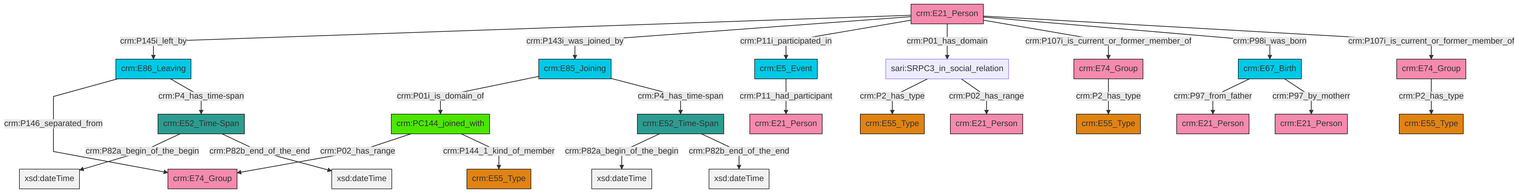
This is et/personCSV/ttl/mmd/png/Person_Actor_Relations.png from swiss-art-research-net/reference-data-models, a Mermaid export, as it was before one commit. Its source is kept beside it as et/personCSV/ttl/mmd/Person_Actor_Relations.ttl.mmd.
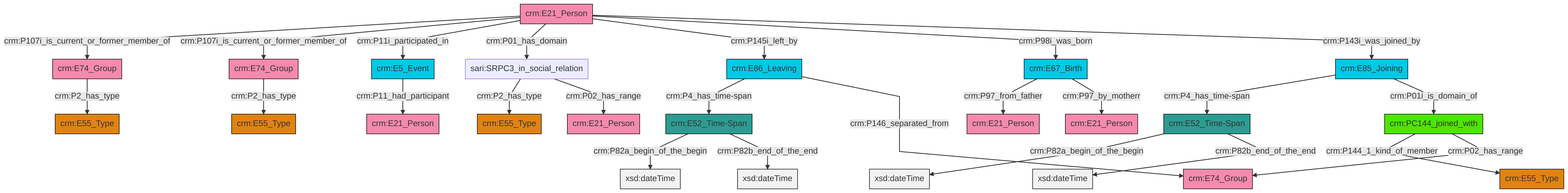
The same file after the commit.

Change to the diagram source:
```diff
@@ -13,27 +13,27 @@
 classDef PC_Classes fill:#4ce600, stroke:#000000;
 classDef Multi fill:#cccccc,stroke:#000000;
 
-2["crm:E85_Joining"]:::Temporal_Entity -->|crm:P01i_is_domain_of| 3["crm:PC144_joined_with"]:::PC_Classes
-4["crm:E67_Birth"]:::Temporal_Entity -->|crm:P97_from_father| 5["crm:E21_Person"]:::Actor
-8["sari:SRPC3_in_social_relation"]:::Default -->|crm:P2_has_type| 9["crm:E55_Type"]:::Type
-10["crm:E21_Person"]:::Actor -->|crm:P145i_left_by| 11["crm:E86_Leaving"]:::Temporal_Entity
-14["crm:E74_Group"]:::Actor -->|crm:P2_has_type| 6["crm:E55_Type"]:::Type
-17["crm:E52_Time-Span"]:::Time-Span -->|crm:P82a_begin_of_the_begin| 18[xsd:dateTime]:::Literal
-4["crm:E67_Birth"]:::Temporal_Entity -->|crm:P97_by_motherr| 23["crm:E21_Person"]:::Actor
-24["crm:E52_Time-Span"]:::Time-Span -->|crm:P82a_begin_of_the_begin| 25[xsd:dateTime]:::Literal
-11["crm:E86_Leaving"]:::Temporal_Entity -->|crm:P146_separated_from| 26["crm:E74_Group"]:::Actor
-11["crm:E86_Leaving"]:::Temporal_Entity -->|crm:P4_has_time-span| 24["crm:E52_Time-Span"]:::Time-Span
-10["crm:E21_Person"]:::Actor -->|crm:P143i_was_joined_by| 2["crm:E85_Joining"]:::Temporal_Entity
-2["crm:E85_Joining"]:::Temporal_Entity -->|crm:P4_has_time-span| 17["crm:E52_Time-Span"]:::Time-Span
-10["crm:E21_Person"]:::Actor -->|crm:P11i_participated_in| 0["crm:E5_Event"]:::Temporal_Entity
-8["sari:SRPC3_in_social_relation"]:::Default -->|crm:P02_has_range| 37["crm:E21_Person"]:::Actor
-10["crm:E21_Person"]:::Actor -->|crm:P01_has_domain| 8["sari:SRPC3_in_social_relation"]:::Default
-10["crm:E21_Person"]:::Actor -->|crm:P107i_is_current_or_former_member_of| 14["crm:E74_Group"]:::Actor
-0["crm:E5_Event"]:::Temporal_Entity -->|crm:P11_had_participant| 15["crm:E21_Person"]:::Actor
-10["crm:E21_Person"]:::Actor -->|crm:P98i_was_born| 4["crm:E67_Birth"]:::Temporal_Entity
-17["crm:E52_Time-Span"]:::Time-Span -->|crm:P82b_end_of_the_end| 43[xsd:dateTime]:::Literal
-24["crm:E52_Time-Span"]:::Time-Span -->|crm:P82b_end_of_the_end| 44[xsd:dateTime]:::Literal
-12["crm:E74_Group"]:::Actor -->|crm:P2_has_type| 38["crm:E55_Type"]:::Type
-3["crm:PC144_joined_with"]:::PC_Classes -->|crm:P02_has_range| 26["crm:E74_Group"]:::Actor
-10["crm:E21_Person"]:::Actor -->|crm:P107i_is_current_or_former_member_of| 12["crm:E74_Group"]:::Actor
-3["crm:PC144_joined_with"]:::PC_Classes -->|crm:P144_1_kind_of_member| 21["crm:E55_Type"]:::Type
+2["crm:E52_Time-Span"]:::Time-Span -->|crm:P82a_begin_of_the_begin| 3[xsd:dateTime]:::Literal
+6["sari:SRPC3_in_social_relation"]:::Default -->|crm:P2_has_type| 7["crm:E55_Type"]:::Type
+8["crm:E52_Time-Span"]:::Time-Span -->|crm:P82a_begin_of_the_begin| 9[xsd:dateTime]:::Literal
+10["crm:E85_Joining"]:::Temporal_Entity -->|crm:P4_has_time-span| 2["crm:E52_Time-Span"]:::Time-Span
+0["crm:E21_Person"]:::Actor -->|crm:P107i_is_current_or_former_member_of| 11["crm:E74_Group"]:::Actor
+2["crm:E52_Time-Span"]:::Time-Span -->|crm:P82b_end_of_the_end| 18[xsd:dateTime]:::Literal
+20["crm:E67_Birth"]:::Temporal_Entity -->|crm:P97_from_father| 13["crm:E21_Person"]:::Actor
+0["crm:E21_Person"]:::Actor -->|crm:P107i_is_current_or_former_member_of| 16["crm:E74_Group"]:::Actor
+23["crm:E86_Leaving"]:::Temporal_Entity -->|crm:P4_has_time-span| 8["crm:E52_Time-Span"]:::Time-Span
+16["crm:E74_Group"]:::Actor -->|crm:P2_has_type| 24["crm:E55_Type"]:::Type
+21["crm:PC144_joined_with"]:::PC_Classes -->|crm:P144_1_kind_of_member| 26["crm:E55_Type"]:::Type
+6["sari:SRPC3_in_social_relation"]:::Default -->|crm:P02_has_range| 27["crm:E21_Person"]:::Actor
+0["crm:E21_Person"]:::Actor -->|crm:P11i_participated_in| 29["crm:E5_Event"]:::Temporal_Entity
+0["crm:E21_Person"]:::Actor -->|crm:P01_has_domain| 6["sari:SRPC3_in_social_relation"]:::Default
+8["crm:E52_Time-Span"]:::Time-Span -->|crm:P82b_end_of_the_end| 30[xsd:dateTime]:::Literal
+20["crm:E67_Birth"]:::Temporal_Entity -->|crm:P97_by_motherr| 31["crm:E21_Person"]:::Actor
+10["crm:E85_Joining"]:::Temporal_Entity -->|crm:P01i_is_domain_of| 21["crm:PC144_joined_with"]:::PC_Classes
+0["crm:E21_Person"]:::Actor -->|crm:P145i_left_by| 23["crm:E86_Leaving"]:::Temporal_Entity
+11["crm:E74_Group"]:::Actor -->|crm:P2_has_type| 38["crm:E55_Type"]:::Type
+21["crm:PC144_joined_with"]:::PC_Classes -->|crm:P02_has_range| 41["crm:E74_Group"]:::Actor
+29["crm:E5_Event"]:::Temporal_Entity -->|crm:P11_had_participant| 4["crm:E21_Person"]:::Actor
+23["crm:E86_Leaving"]:::Temporal_Entity -->|crm:P146_separated_from| 41["crm:E74_Group"]:::Actor
+0["crm:E21_Person"]:::Actor -->|crm:P98i_was_born| 20["crm:E67_Birth"]:::Temporal_Entity
+0["crm:E21_Person"]:::Actor -->|crm:P143i_was_joined_by| 10["crm:E85_Joining"]:::Temporal_Entity
```
